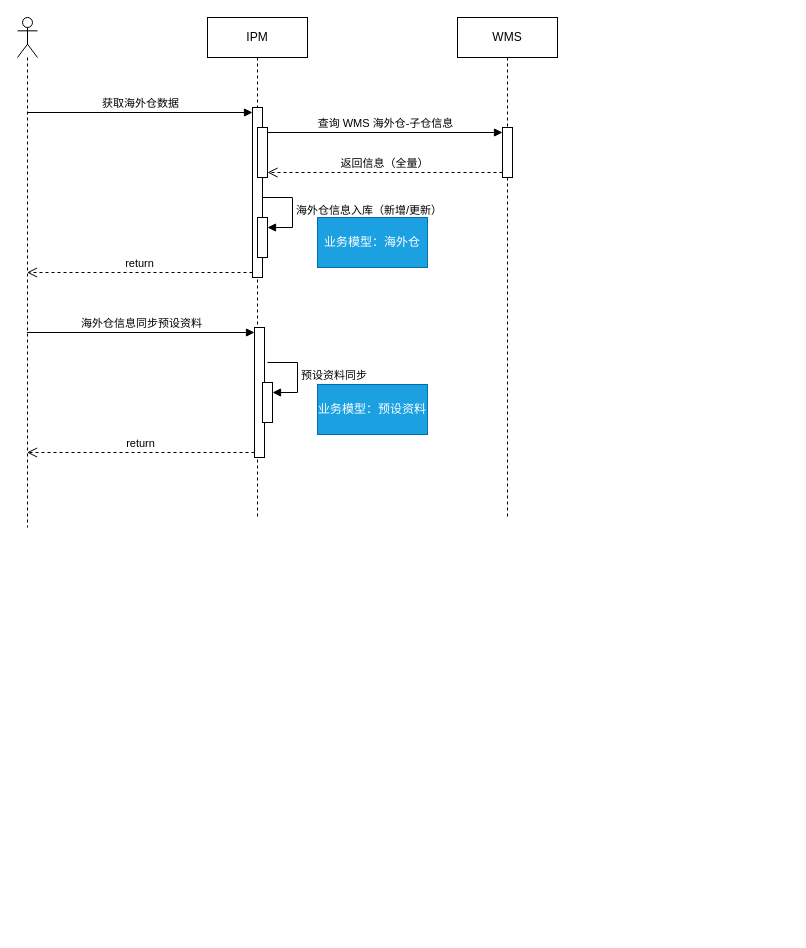
Above: shein/海外仓计划.drawio in Msimplehub/abbysun (draw.io), before the change. Source tidied: cells renumbered, new cells numbered last; positions are measured from the earlier drawing's top-left corner, leaving out a move shared by most shapes. Both pictures are drawn from the tidied source at 100%, with x=0, y=0 at pixel (17, 17).
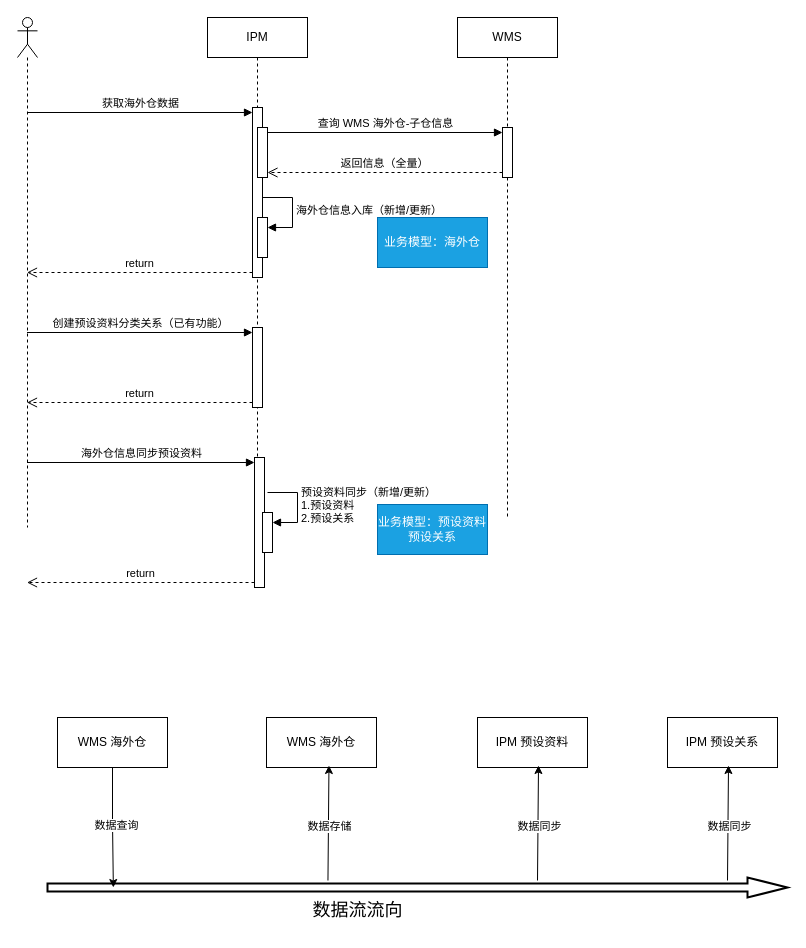
Above is the later version.

Commit message (it also covers changes not shown here):
更新海外仓计划.drawio

Unchanged cells that the change refers to:
```xml
<mxCell id="2" value="IPM" style="shape=umlLifeline;perimeter=lifelinePerimeter;whiteSpace=wrap;html=1;newEdgeStyle={&quot;curved&quot;:0,&quot;rounded&quot;:0};" parent="1" vertex="1">
  <mxGeometry x="190" width="100" height="500" as="geometry" />
</mxCell>
<mxCell id="15" style="shape=umlLifeline;perimeter=lifelinePerimeter;whiteSpace=wrap;html=1;outlineConnect=0;portConstraint=eastwest;newEdgeStyle={&quot;curved&quot;:0,&quot;rounded&quot;:0};participant=umlActor;" parent="1" vertex="1">
  <mxGeometry width="20" height="510" as="geometry" />
</mxCell>
```

Change to the diagram source:
```diff
@@
     <mxCell id="7" style="html=1;points=[[0,0,0,0,5],[0,1,0,0,-5],[1,0,0,0,5],[1,1,0,0,-5]];perimeter=orthogonalPerimeter;outlineConnect=0;targetShapes=umlLifeline;portConstraint=eastwest;newEdgeStyle={&quot;curved&quot;:0,&quot;rounded&quot;:0};" parent="2" vertex="1">
-      <mxGeometry x="47" y="310" width="10" height="130" as="geometry" />
+      <mxGeometry x="47" y="440" width="10" height="130" as="geometry" />
     </mxCell>
     <mxCell id="8" style="html=1;points=[[0,0,0,0,5],[0,1,0,0,-5],[1,0,0,0,5],[1,1,0,0,-5]];perimeter=orthogonalPerimeter;outlineConnect=0;targetShapes=umlLifeline;portConstraint=eastwest;newEdgeStyle={&quot;curved&quot;:0,&quot;rounded&quot;:0};" parent="2" vertex="1">
-      <mxGeometry x="55" y="365" width="10" height="40" as="geometry" />
+      <mxGeometry x="55" y="495" width="10" height="40" as="geometry" />
     </mxCell>
-    <mxCell id="9" value="预设资料同步" style="html=1;align=left;spacingLeft=2;endArrow=block;rounded=0;edgeStyle=orthogonalEdgeStyle;curved=0;rounded=0;" parent="2" edge="1" target="8">
+    <mxCell id="9" value="预设资料同步（新增/更新）&lt;div&gt;1.预设资料&lt;/div&gt;&lt;div&gt;2.预设关系&lt;/div&gt;" style="html=1;align=left;spacingLeft=2;endArrow=block;rounded=0;edgeStyle=orthogonalEdgeStyle;curved=0;rounded=0;" parent="2" edge="1" target="8">
       <mxGeometry relative="1" as="geometry">
-        <mxPoint x="60" y="345" as="sourcePoint" />
+        <mxPoint x="60" y="475" as="sourcePoint" />
         <Array as="points">
-          <mxPoint x="90" y="375" />
+          <mxPoint x="90" y="505" />
         </Array>
       </mxGeometry>
     </mxCell>
+    <mxCell id="21" style="html=1;points=[[0,0,0,0,5],[0,1,0,0,-5],[1,0,0,0,5],[1,1,0,0,-5]];perimeter=orthogonalPerimeter;outlineConnect=0;targetShapes=umlLifeline;portConstraint=eastwest;newEdgeStyle={&quot;curved&quot;:0,&quot;rounded&quot;:0};" parent="2" vertex="1">
+      <mxGeometry x="45" y="310" width="10" height="80" as="geometry" />
+    </mxCell>
@@
     <mxCell id="14" value="业务模型：海外仓" style="html=1;whiteSpace=wrap;fillColor=#1ba1e2;fontColor=#ffffff;strokeColor=#006EAF;" parent="1" vertex="1">
-      <mxGeometry x="300" y="200" width="110" height="50" as="geometry" />
+      <mxGeometry x="360" y="200" width="110" height="50" as="geometry" />
     </mxCell>
@@
-    <mxCell id="18" value="海外仓信息同步预设资料" style="html=1;verticalAlign=bottom;endArrow=block;curved=0;rounded=0;entryX=0;entryY=0;entryDx=0;entryDy=5;" parent="1" edge="1" source="15" target="7">
-      <mxGeometry relative="1" as="geometry" />
+    <mxCell id="18" value="海外仓信息同步预设资料" style="html=1;verticalAlign=bottom;endArrow=block;curved=0;rounded=0;entryX=0;entryY=0;entryDx=0;entryDy=5;" parent="1" edge="1" target="7">
+      <mxGeometry relative="1" as="geometry">
+        <mxPoint x="9.5" y="445" as="sourcePoint" />
+      </mxGeometry>
     </mxCell>
-    <mxCell id="19" value="return" style="html=1;verticalAlign=bottom;endArrow=open;dashed=1;endSize=8;curved=0;rounded=0;exitX=0;exitY=1;exitDx=0;exitDy=-5;" parent="1" edge="1" source="7" target="15">
-      <mxGeometry relative="1" as="geometry" />
+    <mxCell id="19" value="return" style="html=1;verticalAlign=bottom;endArrow=open;dashed=1;endSize=8;curved=0;rounded=0;exitX=0;exitY=1;exitDx=0;exitDy=-5;" parent="1" edge="1" source="7">
+      <mxGeometry relative="1" as="geometry">
+        <mxPoint x="9.5" y="565" as="targetPoint" />
+      </mxGeometry>
     </mxCell>
-    <mxCell id="20" value="业务模型：预设资料" style="html=1;whiteSpace=wrap;fillColor=#1ba1e2;fontColor=#ffffff;strokeColor=#006EAF;" parent="1" vertex="1">
-      <mxGeometry x="300" y="367" width="110" height="50" as="geometry" />
+    <mxCell id="20" value="业务模型：预设资料&lt;div&gt;预设关系&lt;/div&gt;" style="html=1;whiteSpace=wrap;fillColor=#1ba1e2;fontColor=#ffffff;strokeColor=#006EAF;" parent="1" vertex="1">
+      <mxGeometry x="360" y="487" width="110" height="50" as="geometry" />
     </mxCell>
+    <mxCell id="22" value="创建预设资料分类关系（已有功能）" style="html=1;verticalAlign=bottom;endArrow=block;curved=0;rounded=0;entryX=0;entryY=0;entryDx=0;entryDy=5;" parent="1" edge="1" source="15" target="21">
+      <mxGeometry relative="1" as="geometry" />
+    </mxCell>
+    <mxCell id="23" value="return" style="html=1;verticalAlign=bottom;endArrow=open;dashed=1;endSize=8;curved=0;rounded=0;exitX=0;exitY=1;exitDx=0;exitDy=-5;" parent="1" edge="1" source="21" target="15">
+      <mxGeometry relative="1" as="geometry" />
+    </mxCell>
+    <mxCell id="24" value="WMS 海外仓" style="html=1;whiteSpace=wrap;" parent="1" vertex="1">
+      <mxGeometry x="40" y="700" width="110" height="50" as="geometry" />
+    </mxCell>
+    <mxCell id="25" value="WMS 海外仓" style="html=1;whiteSpace=wrap;" parent="1" vertex="1">
+      <mxGeometry x="249" y="700" width="110" height="50" as="geometry" />
+    </mxCell>
+    <mxCell id="26" value="IPM 预设资料" style="html=1;whiteSpace=wrap;" parent="1" vertex="1">
+      <mxGeometry x="460" y="700" width="110" height="50" as="geometry" />
+    </mxCell>
+    <mxCell id="27" value="IPM 预设关系" style="html=1;whiteSpace=wrap;" parent="1" vertex="1">
+      <mxGeometry x="650" y="700" width="110" height="50" as="geometry" />
+    </mxCell>
+    <mxCell id="28" style="verticalLabelPosition=bottom;verticalAlign=top;html=1;strokeWidth=2;shape=mxgraph.arrows2.arrow;dy=0.6;dx=40;notch=0;" parent="1" vertex="1">
+      <mxGeometry x="30" y="860" width="740" height="20" as="geometry" />
+    </mxCell>
+    <mxCell id="29" style="edgeStyle=orthogonalEdgeStyle;rounded=0;jettySize=auto;html=1;exitX=0.5;exitY=1;exitDx=0;exitDy=0;entryX=0.089;entryY=0.5;entryDx=0;entryDy=0;entryPerimeter=0;" parent="1" edge="1" source="24" target="28">
+      <mxGeometry relative="1" as="geometry" />
+    </mxCell>
+    <mxCell id="30" value="数据查询" style="edgeLabel;html=1;align=center;verticalAlign=middle;" parent="29" vertex="1">
+      <mxGeometry x="-0.04" y="3" relative="1" as="geometry" />
+    </mxCell>
+    <mxCell id="31" style="endArrow=classic;html=1;rounded=0;entryX=0.568;entryY=0.96;entryDx=0;entryDy=0;entryPerimeter=0;exitX=0.379;exitY=0.15;exitDx=0;exitDy=0;exitPerimeter=0;" parent="1" edge="1" source="28" target="25">
+      <mxGeometry relative="1" as="geometry" />
+    </mxCell>
+    <mxCell id="32" value="数据存储" style="edgeLabel;html=1;align=center;verticalAlign=middle;" parent="31" vertex="1">
+      <mxGeometry x="-0.2" y="-2" relative="1" as="geometry">
+        <mxPoint x="-1" y="-9" as="offset" />
+      </mxGeometry>
+    </mxCell>
+    <mxCell id="33" style="endArrow=classic;html=1;rounded=0;entryX=0.568;entryY=0.96;entryDx=0;entryDy=0;entryPerimeter=0;exitX=0.379;exitY=0.15;exitDx=0;exitDy=0;exitPerimeter=0;" parent="1" edge="1">
+      <mxGeometry relative="1" as="geometry">
+        <mxPoint x="520" y="863" as="sourcePoint" />
+        <mxPoint x="521" y="748" as="targetPoint" />
+      </mxGeometry>
+    </mxCell>
+    <mxCell id="34" value="数据同步" style="edgeLabel;html=1;align=center;verticalAlign=middle;" parent="33" vertex="1">
+      <mxGeometry x="-0.2" y="-2" relative="1" as="geometry">
+        <mxPoint x="-1" y="-9" as="offset" />
+      </mxGeometry>
+    </mxCell>
+    <mxCell id="35" style="endArrow=classic;html=1;rounded=0;entryX=0.568;entryY=0.96;entryDx=0;entryDy=0;entryPerimeter=0;exitX=0.379;exitY=0.15;exitDx=0;exitDy=0;exitPerimeter=0;" parent="1" edge="1">
+      <mxGeometry relative="1" as="geometry">
+        <mxPoint x="710" y="863" as="sourcePoint" />
+        <mxPoint x="711" y="748" as="targetPoint" />
+      </mxGeometry>
+    </mxCell>
+    <mxCell id="36" value="数据同步" style="edgeLabel;html=1;align=center;verticalAlign=middle;" parent="35" vertex="1">
+      <mxGeometry x="-0.2" y="-2" relative="1" as="geometry">
+        <mxPoint x="-1" y="-9" as="offset" />
+      </mxGeometry>
+    </mxCell>
+    <mxCell id="37" value="&lt;font style=&quot;font-size: 18px;&quot;&gt;数据流流向&lt;/font&gt;" style="text;html=1;align=center;verticalAlign=middle;strokeColor=none;fillColor=none;" parent="1" vertex="1">
+      <mxGeometry x="285" y="873" width="110" height="40" as="geometry" />
+    </mxCell>
```
